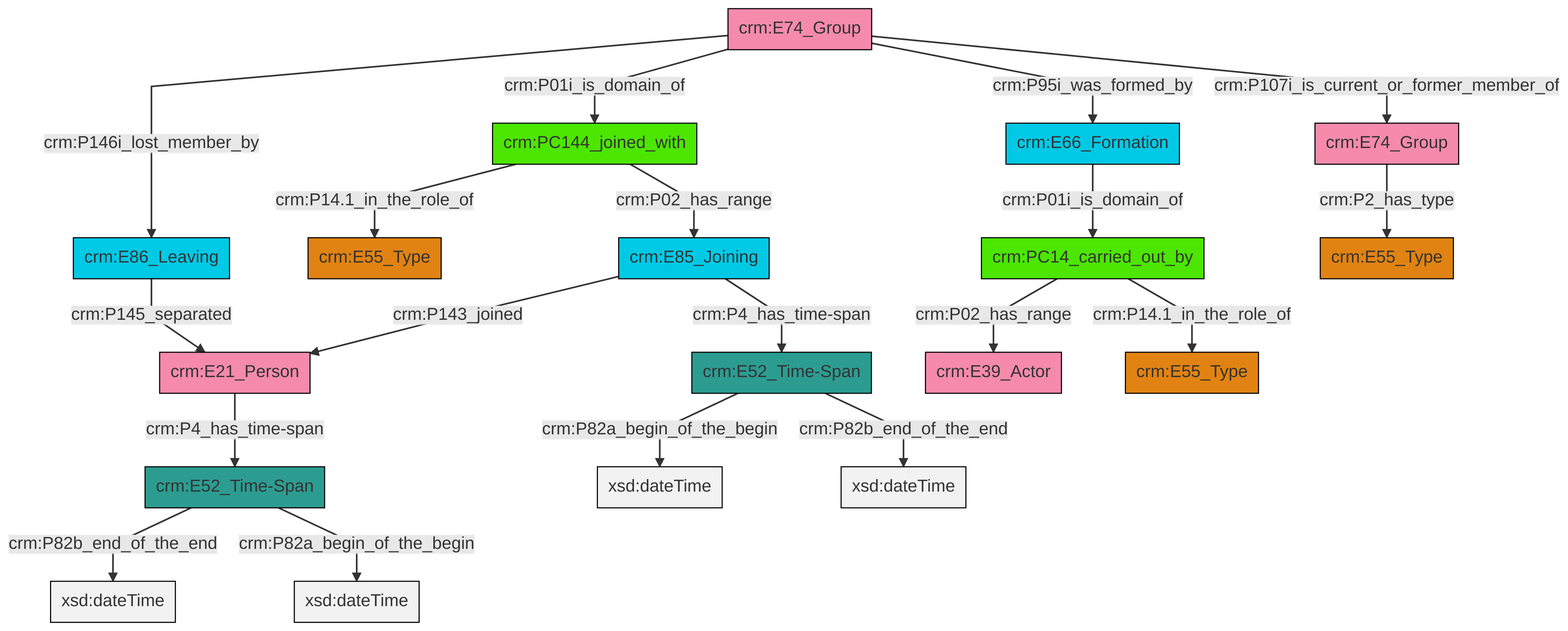
Above: et/groupCSV/ttl/mmd/png/group_actor_relations.png in swiss-art-research-net/docs.swissartresearch (Mermaid), before the change. Its source is kept beside it as et/groupCSV/ttl/mmd/group_actor_relations.ttl.mmd.
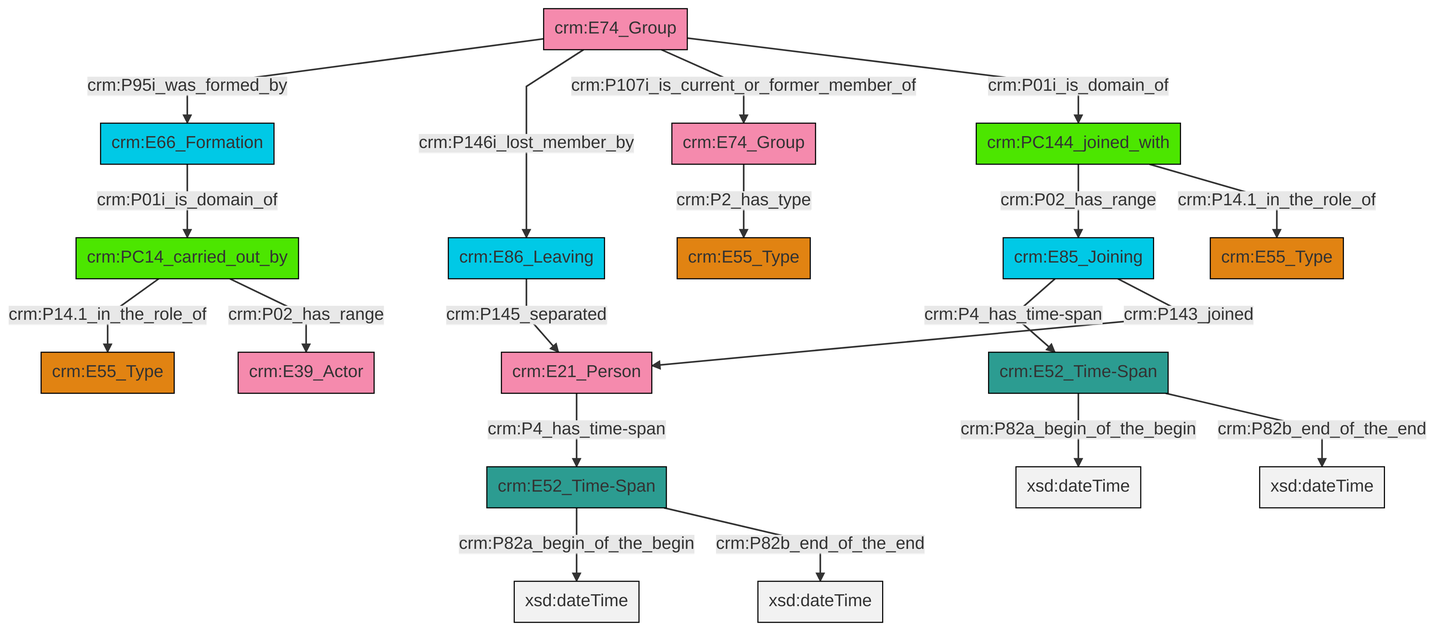
Above is the later version.

Change to the diagram source:
```diff
@@ -13,21 +13,21 @@
 classDef PC_Classes fill:#4ce600, stroke:#000000;
 classDef Multi fill:#cccccc,stroke:#000000;
 
-0["crm:E85_Joining"]:::Temporal_Entity -->|crm:P4_has_time-span| 1["crm:E52_Time-Span"]:::Time-Span
-8["crm:E74_Group"]:::Actor -->|crm:P107i_is_current_or_former_member_of| 9["crm:E74_Group"]:::Actor
-10["crm:E66_Formation"]:::Temporal_Entity -->|crm:P01i_is_domain_of| 11["crm:PC14_carried_out_by"]:::PC_Classes
-8["crm:E74_Group"]:::Actor -->|crm:P146i_lost_member_by| 13["crm:E86_Leaving"]:::Temporal_Entity
-14["crm:PC144_joined_with"]:::PC_Classes -->|crm:P14.1_in_the_role_of| 4["crm:E55_Type"]:::Type
-8["crm:E74_Group"]:::Actor -->|crm:P95i_was_formed_by| 10["crm:E66_Formation"]:::Temporal_Entity
-8["crm:E74_Group"]:::Actor -->|crm:P01i_is_domain_of| 14["crm:PC144_joined_with"]:::PC_Classes
-1["crm:E52_Time-Span"]:::Time-Span -->|crm:P82a_begin_of_the_begin| 21[xsd:dateTime]:::Literal
-11["crm:PC14_carried_out_by"]:::PC_Classes -->|crm:P02_has_range| 19["crm:E39_Actor"]:::Actor
-11["crm:PC14_carried_out_by"]:::PC_Classes -->|crm:P14.1_in_the_role_of| 22["crm:E55_Type"]:::Type
-9["crm:E74_Group"]:::Actor -->|crm:P2_has_type| 15["crm:E55_Type"]:::Type
-6["crm:E52_Time-Span"]:::Time-Span -->|crm:P82b_end_of_the_end| 28[xsd:dateTime]:::Literal
-14["crm:PC144_joined_with"]:::PC_Classes -->|crm:P02_has_range| 0["crm:E85_Joining"]:::Temporal_Entity
-2["crm:E21_Person"]:::Actor -->|crm:P4_has_time-span| 6["crm:E52_Time-Span"]:::Time-Span
-6["crm:E52_Time-Span"]:::Time-Span -->|crm:P82a_begin_of_the_begin| 33[xsd:dateTime]:::Literal
-1["crm:E52_Time-Span"]:::Time-Span -->|crm:P82b_end_of_the_end| 34[xsd:dateTime]:::Literal
-13["crm:E86_Leaving"]:::Temporal_Entity -->|crm:P145_separated| 2["crm:E21_Person"]:::Actor
-0["crm:E85_Joining"]:::Temporal_Entity -->|crm:P143_joined| 2["crm:E21_Person"]:::Actor
+8["crm:E74_Group"]:::Actor -->|crm:P95i_was_formed_by| 6["crm:E66_Formation"]:::Temporal_Entity
+13["crm:PC14_carried_out_by"]:::PC_Classes -->|crm:P14.1_in_the_role_of| 0["crm:E55_Type"]:::Type
+16["crm:E85_Joining"]:::Temporal_Entity -->|crm:P4_has_time-span| 17["crm:E52_Time-Span"]:::Time-Span
+17["crm:E52_Time-Span"]:::Time-Span -->|crm:P82a_begin_of_the_begin| 18[xsd:dateTime]:::Literal
+2["crm:PC144_joined_with"]:::PC_Classes -->|crm:P02_has_range| 16["crm:E85_Joining"]:::Temporal_Entity
+8["crm:E74_Group"]:::Actor -->|crm:P146i_lost_member_by| 21["crm:E86_Leaving"]:::Temporal_Entity
+21["crm:E86_Leaving"]:::Temporal_Entity -->|crm:P145_separated| 4["crm:E21_Person"]:::Actor
+17["crm:E52_Time-Span"]:::Time-Span -->|crm:P82b_end_of_the_end| 23[xsd:dateTime]:::Literal
+9["crm:E52_Time-Span"]:::Time-Span -->|crm:P82a_begin_of_the_begin| 24[xsd:dateTime]:::Literal
+8["crm:E74_Group"]:::Actor -->|crm:P107i_is_current_or_former_member_of| 30["crm:E74_Group"]:::Actor
+13["crm:PC14_carried_out_by"]:::PC_Classes -->|crm:P02_has_range| 28["crm:E39_Actor"]:::Actor
+2["crm:PC144_joined_with"]:::PC_Classes -->|crm:P14.1_in_the_role_of| 26["crm:E55_Type"]:::Type
+6["crm:E66_Formation"]:::Temporal_Entity -->|crm:P01i_is_domain_of| 13["crm:PC14_carried_out_by"]:::PC_Classes
+9["crm:E52_Time-Span"]:::Time-Span -->|crm:P82b_end_of_the_end| 32[xsd:dateTime]:::Literal
+30["crm:E74_Group"]:::Actor -->|crm:P2_has_type| 11["crm:E55_Type"]:::Type
+16["crm:E85_Joining"]:::Temporal_Entity -->|crm:P143_joined| 4["crm:E21_Person"]:::Actor
+4["crm:E21_Person"]:::Actor -->|crm:P4_has_time-span| 9["crm:E52_Time-Span"]:::Time-Span
+8["crm:E74_Group"]:::Actor -->|crm:P01i_is_domain_of| 2["crm:PC144_joined_with"]:::PC_Classes
```
